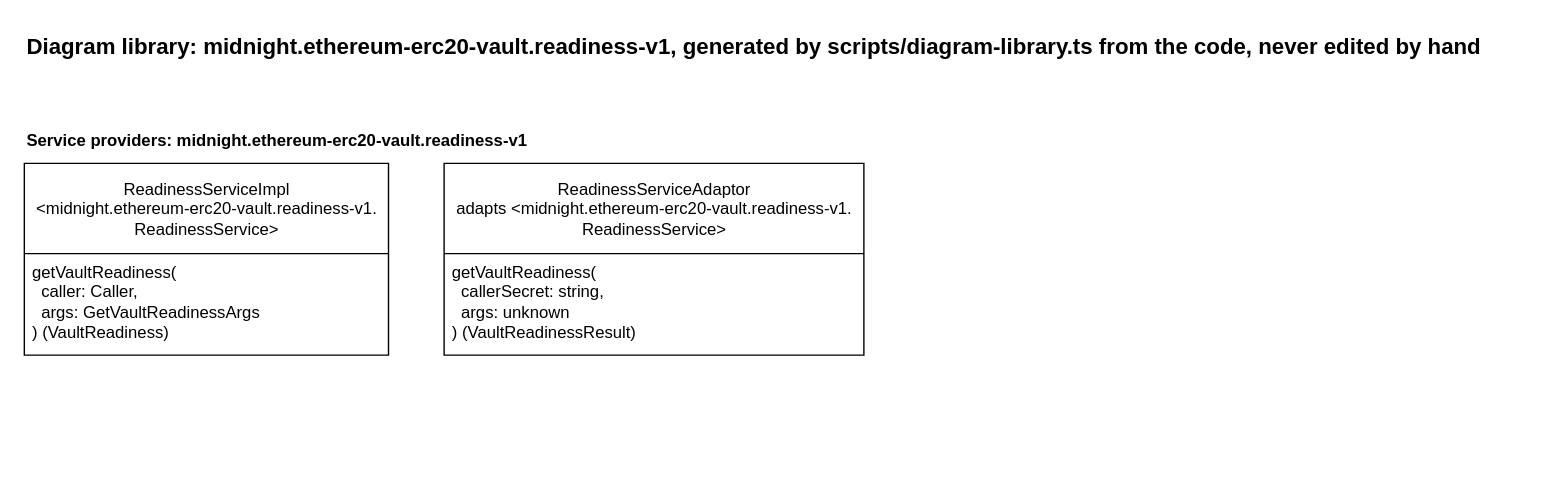
sig-net/full-stack-demo keeps this draw.io diagram as docs/diagram-library/midnight/ethereum-erc20-vault/readiness-v1/diagram-library.drawio. Above is the earlier version. Source tidied: cells renumbered, new cells numbered last; positions are measured from the earlier drawing's top-left corner, leaving out a move shared by most shapes. Both pictures are drawn from the tidied source at 139%, with x=0, y=0 at pixel (24, 24).
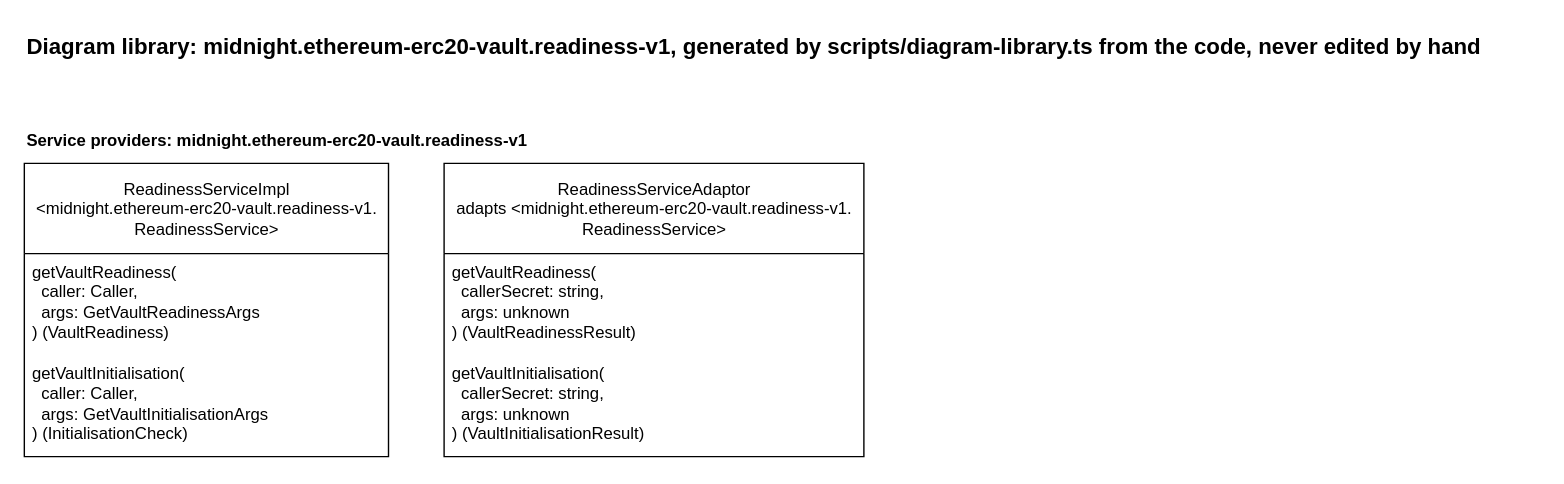
The same page after the edit.

Commit message (it also covers changes not shown here):
Regenerate the readiness diagram library for getVaultInitialisation

The vault initialisation gate added getVaultInitialisation to the
readiness service and its adaptor without regenerating the generated
diagram library, so yarn diagram-library:check failed.

The edit, as a diff of the source:
```diff
@@
 <mxGraphModel>
   <root>
     <mxCell id="0" />
     <mxCell id="1" parent="0" />
     <mxCell id="2" value="Diagram library: midnight.ethereum-erc20-vault.readiness-v1, generated by scripts/diagram-library.ts from the code, never edited by hand" style="text;html=1;fontStyle=1;fontSize=16;" parent="1" vertex="1">
       <mxGeometry width="1090" height="30" as="geometry" />
     </mxCell>
     <mxCell id="3" value="Service providers: midnight.ethereum-erc20-vault.readiness-v1" style="text;html=1;fontStyle=1;" parent="1" vertex="1">
       <mxGeometry y="70" width="388" height="20" as="geometry" />
     </mxCell>
     <mxCell id="4" value="ReadinessServiceImpl&lt;br&gt;&amp;lt;midnight.ethereum-erc20-vault.readiness-v1.&lt;br&gt;ReadinessService&amp;gt;" style="swimlane;fontStyle=0;horizontal=1;startSize=65;fillColor=default;html=1;fillStyle=solid;" parent="1" vertex="1">
-      <mxGeometry y="100" width="262" height="138" as="geometry" />
+      <mxGeometry y="100" width="262" height="211" as="geometry" />
     </mxCell>
     <mxCell id="5" value="getVaultReadiness(&lt;br&gt;&amp;nbsp; caller: Caller,&lt;br&gt;&amp;nbsp; args: GetVaultReadinessArgs&lt;br&gt;) (VaultReadiness)" style="text;strokeColor=none;fillColor=none;align=left;verticalAlign=top;spacingLeft=4;spacingRight=4;overflow=hidden;whiteSpace=wrap;html=1;" parent="4" vertex="1">
       <mxGeometry y="65" width="262" height="73" as="geometry" />
     </mxCell>
+    <mxCell id="8" value="getVaultInitialisation(&lt;br&gt;&amp;nbsp; caller: Caller,&lt;br&gt;&amp;nbsp; args: GetVaultInitialisationArgs&lt;br&gt;) (InitialisationCheck)" style="text;strokeColor=none;fillColor=none;align=left;verticalAlign=top;spacingLeft=4;spacingRight=4;overflow=hidden;whiteSpace=wrap;html=1;" parent="4" vertex="1">
+      <mxGeometry y="138" width="262" height="73" as="geometry" />
+    </mxCell>
     <mxCell id="6" value="ReadinessServiceAdaptor&lt;br&gt;adapts &amp;lt;midnight.ethereum-erc20-vault.readiness-v1.&lt;br&gt;ReadinessService&amp;gt;" style="swimlane;fontStyle=0;horizontal=1;startSize=65;fillColor=default;html=1;fillStyle=solid;" parent="1" vertex="1">
-      <mxGeometry x="302" y="100" width="302" height="138" as="geometry" />
+      <mxGeometry x="302" y="100" width="302" height="211" as="geometry" />
     </mxCell>
     <mxCell id="7" value="getVaultReadiness(&lt;br&gt;&amp;nbsp; callerSecret: string,&lt;br&gt;&amp;nbsp; args: unknown&lt;br&gt;) (VaultReadinessResult)" style="text;strokeColor=none;fillColor=none;align=left;verticalAlign=top;spacingLeft=4;spacingRight=4;overflow=hidden;whiteSpace=wrap;html=1;" parent="6" vertex="1">
       <mxGeometry y="65" width="302" height="73" as="geometry" />
     </mxCell>
+    <mxCell id="9" value="getVaultInitialisation(&lt;br&gt;&amp;nbsp; callerSecret: string,&lt;br&gt;&amp;nbsp; args: unknown&lt;br&gt;) (VaultInitialisationResult)" style="text;strokeColor=none;fillColor=none;align=left;verticalAlign=top;spacingLeft=4;spacingRight=4;overflow=hidden;whiteSpace=wrap;html=1;" parent="6" vertex="1">
+      <mxGeometry y="138" width="302" height="73" as="geometry" />
+    </mxCell>
   </root>
 </mxGraphModel>
```
